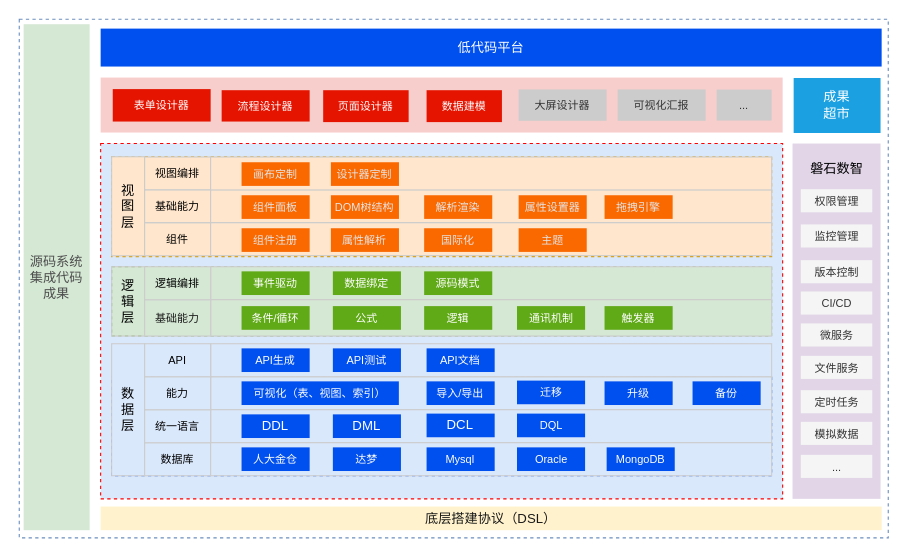
tangyaosimida/love keeps this draw.io diagram as 低代码—泳道图—研究内容.drawio. Above is the earlier version. Source tidied: cells renumbered, new cells numbered last; positions are measured from the earlier drawing's top-left corner, leaving out a move shared by most shapes. Both pictures are drawn from the tidied source at 110%, with x=0, y=0 at pixel (19, 19).
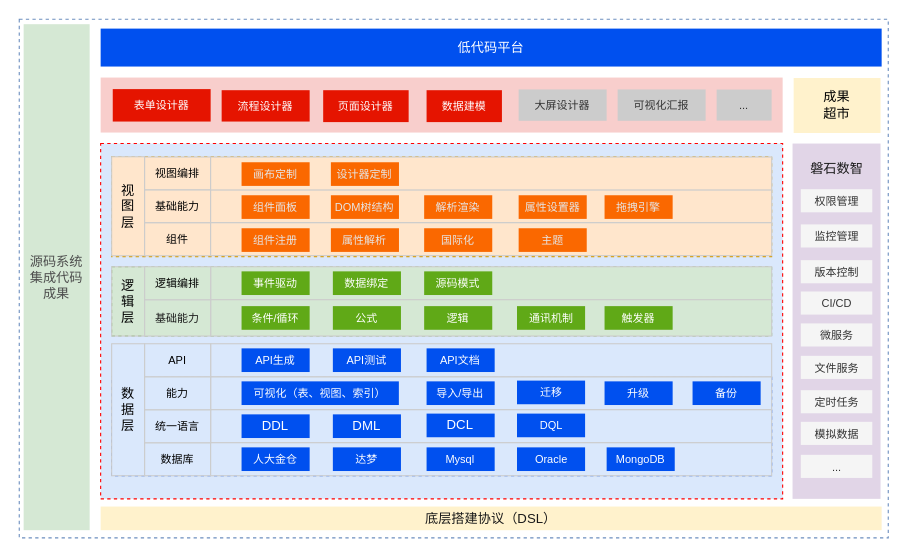
After the change.

Commit message (it also covers changes not shown here):
更新低代码—泳道图—研究内容.drawio

What changed in the source:
```diff
@@
-    <mxCell id="8" value="成果&lt;div&gt;超市&lt;/div&gt;" style="rounded=0;whiteSpace=wrap;html=1;fillColor=#1ba1e2;strokeColor=none;fontColor=#ffffff;dashed=1;strokeWidth=2;" parent="1" vertex="1">
+    <mxCell id="8" value="&lt;font&gt;成果&lt;/font&gt;&lt;div&gt;&lt;font&gt;超市&lt;/font&gt;&lt;/div&gt;" style="rounded=0;whiteSpace=wrap;html=1;fillColor=#fff2cc;strokeColor=none;dashed=1;strokeWidth=2;" parent="1" vertex="1">
       <mxGeometry x="704" y="53.4" width="79" height="50" as="geometry" />
     </mxCell>
@@
-    <mxCell id="10" value="磐石数智" style="text;html=1;align=center;verticalAlign=middle;whiteSpace=wrap;rounded=0;" parent="1" vertex="1">
+    <mxCell id="10" value="磐石数智" style="text;html=1;align=center;verticalAlign=middle;whiteSpace=wrap;rounded=0;fontColor=#1A1A1A;" parent="1" vertex="1">
       <mxGeometry x="710.5" y="126.5" width="65" height="18.5" as="geometry" />
     </mxCell>
```
